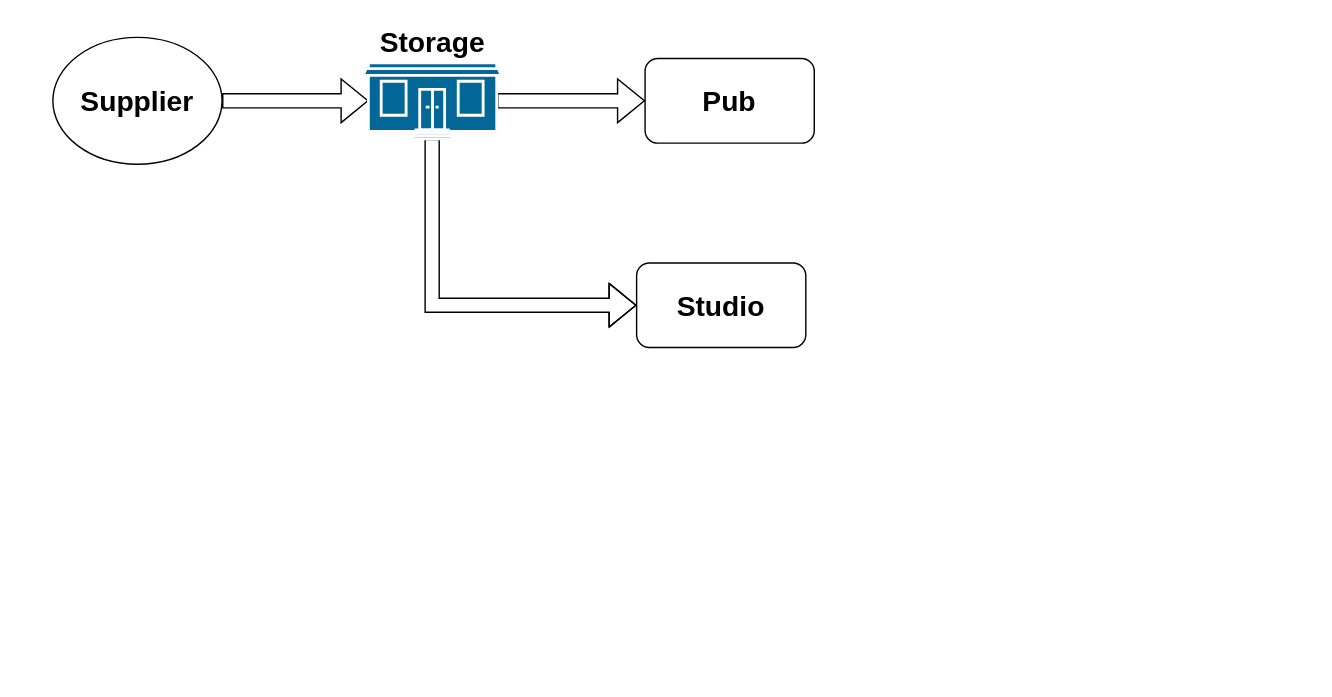
This is 未命名表单.drawio from Cyrusvic/358pub, a draw.io file, before an edit. Source tidied: cells renumbered, new cells numbered last; positions are measured from the earlier drawing's top-left corner, leaving out a move shared by most shapes. Both pictures are drawn from the tidied source at 141%, with x=0, y=0 at pixel (52, 37).
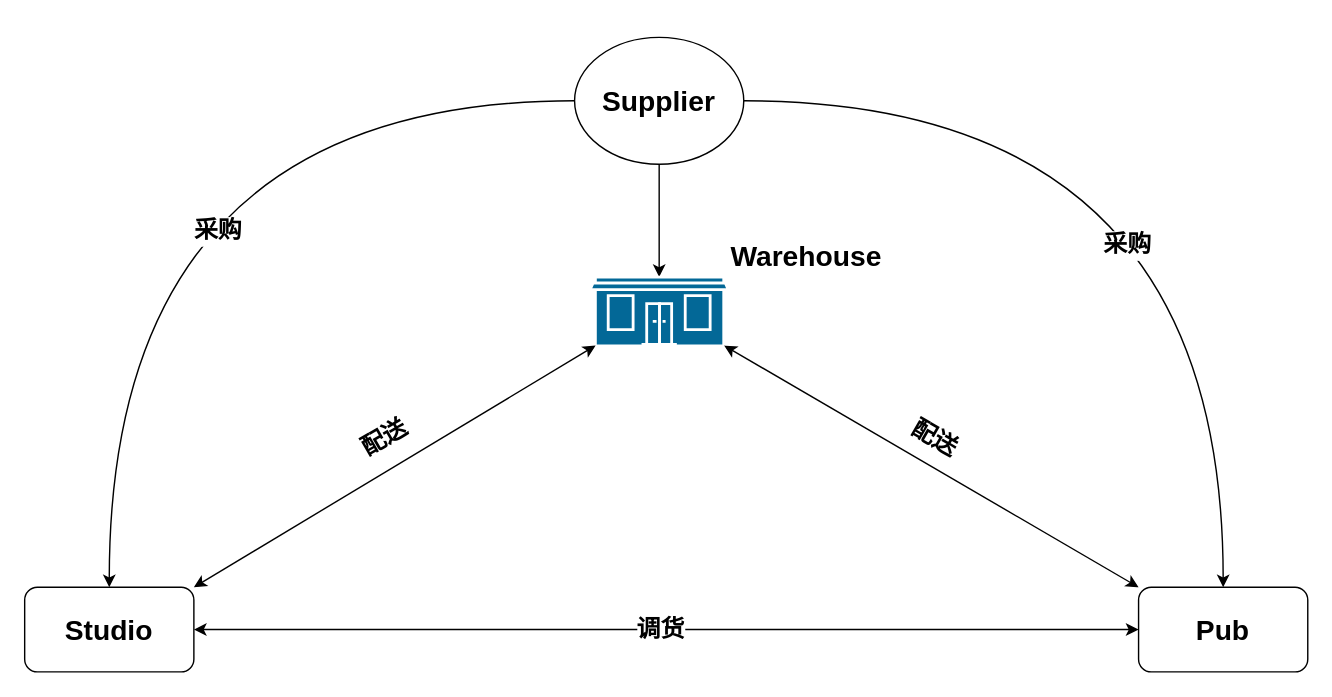
Above is the later version.

What changed in the source:
```diff
@@
 <mxGraphModel>
   <root>
     <mxCell id="0" />
     <mxCell id="1" parent="0" />
+    <mxCell id="9" style="edgeStyle=orthogonalEdgeStyle;curved=1;rounded=0;jettySize=auto;html=1;exitX=0;exitY=0.5;exitDx=0;exitDy=0;entryX=0.5;entryY=0;entryDx=0;entryDy=0;" parent="1" edge="1" source="3" target="8">
+      <mxGeometry relative="1" as="geometry" />
+    </mxCell>
+    <mxCell id="10" value="采购" style="text;html=1;align=center;verticalAlign=middle;labelBackgroundColor=#ffffff;fontSize=17;fontStyle=1;" parent="9" vertex="1">
+      <mxGeometry x="-0.25" y="92" relative="1" as="geometry" />
+    </mxCell>
+    <mxCell id="11" style="edgeStyle=orthogonalEdgeStyle;curved=1;rounded=0;jettySize=auto;html=1;exitX=1;exitY=0.5;exitDx=0;exitDy=0;entryX=0.5;entryY=0;entryDx=0;entryDy=0;" parent="1" edge="1" source="3" target="7">
+      <mxGeometry relative="1" as="geometry" />
+    </mxCell>
+    <mxCell id="12" value="采购" style="text;html=1;align=center;verticalAlign=middle;labelBackgroundColor=#ffffff;fontSize=17;fontStyle=1;" parent="11" vertex="1">
+      <mxGeometry x="-0.21" y="-102" relative="1" as="geometry" />
+    </mxCell>
-    <mxCell id="2" style="edgeStyle=none;shape=flexArrow;rounded=0;jettySize=auto;html=1;exitX=1;exitY=0.5;exitDx=0;exitDy=0;entryX=0.04;entryY=0.5;entryDx=0;entryDy=0;entryPerimeter=0;" parent="1" edge="1" source="3" target="6">
-      <mxGeometry relative="1" as="geometry" />
+    <mxCell id="2" style="edgeStyle=orthogonalEdgeStyle;curved=1;rounded=0;jettySize=auto;html=1;exitX=0.5;exitY=1;exitDx=0;exitDy=0;" parent="1" edge="1" source="3" target="6">
+      <mxGeometry relative="1" as="geometry">
+        <Array as="points">
+          <mxPoint x="430" y="120" />
+          <mxPoint x="430" y="120" />
+        </Array>
+      </mxGeometry>
     </mxCell>
     <mxCell id="3" value="&lt;b&gt;&lt;font style=&quot;font-size: 20px&quot;&gt;Supplier&lt;/font&gt;&lt;/b&gt;" style="ellipse;whiteSpace=wrap;html=1;" parent="1" vertex="1">
-      <mxGeometry width="120" height="90" as="geometry" />
+      <mxGeometry x="370" width="120" height="90" as="geometry" />
     </mxCell>
-    <mxCell id="4" style="edgeStyle=none;shape=flexArrow;rounded=0;jettySize=auto;html=1;exitX=0.97;exitY=0.5;exitDx=0;exitDy=0;exitPerimeter=0;entryX=0;entryY=0.5;entryDx=0;entryDy=0;" parent="1" edge="1" source="6" target="7">
-      <mxGeometry relative="1" as="geometry" />
-    </mxCell>
-    <mxCell id="5" style="edgeStyle=orthogonalEdgeStyle;shape=flexArrow;rounded=0;jettySize=auto;html=1;exitX=0.5;exitY=1;exitDx=0;exitDy=0;exitPerimeter=0;entryX=0;entryY=0.5;entryDx=0;entryDy=0;" parent="1" edge="1" source="6" target="8">
-      <mxGeometry relative="1" as="geometry" />
-    </mxCell>
-    <mxCell id="6" value="&lt;b&gt;&lt;font style=&quot;font-size: 20px&quot;&gt;Storage&lt;/font&gt;&lt;/b&gt;" style="shape=mxgraph.cisco.buildings.small_business;html=1;dashed=0;fillColor=#036897;strokeColor=#ffffff;strokeWidth=2;verticalLabelPosition=top;verticalAlign=bottom;align=center;horizontal=1;labelPosition=center;" parent="1" vertex="1">
-      <mxGeometry x="220" y="18" width="98" height="54" as="geometry" />
+    <mxCell id="6" value="&lt;b&gt;&lt;font style=&quot;font-size: 20px&quot;&gt;Warehouse&lt;/font&gt;&lt;/b&gt;" style="shape=mxgraph.cisco.buildings.small_business;html=1;dashed=0;fillColor=#036897;strokeColor=#ffffff;strokeWidth=2;verticalLabelPosition=top;verticalAlign=bottom;align=left;horizontal=1;labelPosition=right;" parent="1" vertex="1">
+      <mxGeometry x="381" y="170" width="98" height="54" as="geometry" />
     </mxCell>
     <mxCell id="7" value="&lt;font style=&quot;font-size: 20px&quot;&gt;Pub&lt;/font&gt;" style="rounded=1;whiteSpace=wrap;html=1;fontStyle=1;" parent="1" vertex="1">
-      <mxGeometry x="420" y="15" width="120" height="60" as="geometry" />
+      <mxGeometry x="770" y="390" width="120" height="60" as="geometry" />
     </mxCell>
     <mxCell id="8" value="&lt;font style=&quot;font-size: 20px&quot;&gt;Studio&lt;/font&gt;" style="rounded=1;whiteSpace=wrap;html=1;fontStyle=1;" parent="1" vertex="1">
-      <mxGeometry x="414" y="160" width="120" height="60" as="geometry" />
+      <mxGeometry x="-20" y="390" width="120" height="60" as="geometry" />
     </mxCell>
+    <mxCell id="13" style="endArrow=classic;startArrow=classic;html=1;exitX=1;exitY=0.5;exitDx=0;exitDy=0;entryX=0;entryY=0.5;entryDx=0;entryDy=0;" parent="1" edge="1" source="8" target="7">
+      <mxGeometry relative="1" as="geometry" />
+    </mxCell>
+    <mxCell id="14" value="&lt;font style=&quot;font-size: 17px&quot;&gt;&lt;b&gt;调货&lt;/b&gt;&lt;/font&gt;" style="text;html=1;align=center;verticalAlign=middle;labelBackgroundColor=#ffffff;horizontal=1;" parent="13" vertex="1">
+      <mxGeometry x="0.04" y="-1" relative="1" as="geometry">
+        <mxPoint x="-17.5" y="-1" as="offset" />
+      </mxGeometry>
+    </mxCell>
+    <mxCell id="15" style="endArrow=classic;startArrow=classic;html=1;entryX=0.04;entryY=0.9;entryDx=0;entryDy=0;entryPerimeter=0;exitX=1;exitY=0;exitDx=0;exitDy=0;" parent="1" edge="1" source="8" target="6">
+      <mxGeometry relative="1" as="geometry" />
+    </mxCell>
+    <mxCell id="4" style="endArrow=classic;startArrow=classic;html=1;exitX=0.97;exitY=0.9;exitDx=0;exitDy=0;exitPerimeter=0;entryX=0;entryY=0;entryDx=0;entryDy=0;" parent="1" edge="1" source="6" target="7">
+      <mxGeometry relative="1" as="geometry" />
+    </mxCell>
+    <mxCell id="16" value="配送" style="text;html=1;align=center;verticalAlign=middle;fontStyle=1;fontSize=17;rotation=-30;" parent="1" vertex="1">
+      <mxGeometry x="210" y="270" width="50" height="30" as="geometry" />
+    </mxCell>
+    <mxCell id="17" value="配送" style="text;html=1;align=center;verticalAlign=middle;fontStyle=1;fontSize=17;rotation=30;" parent="1" vertex="1">
+      <mxGeometry x="600" y="270" width="50" height="30" as="geometry" />
+    </mxCell>
   </root>
 </mxGraphModel>
```
